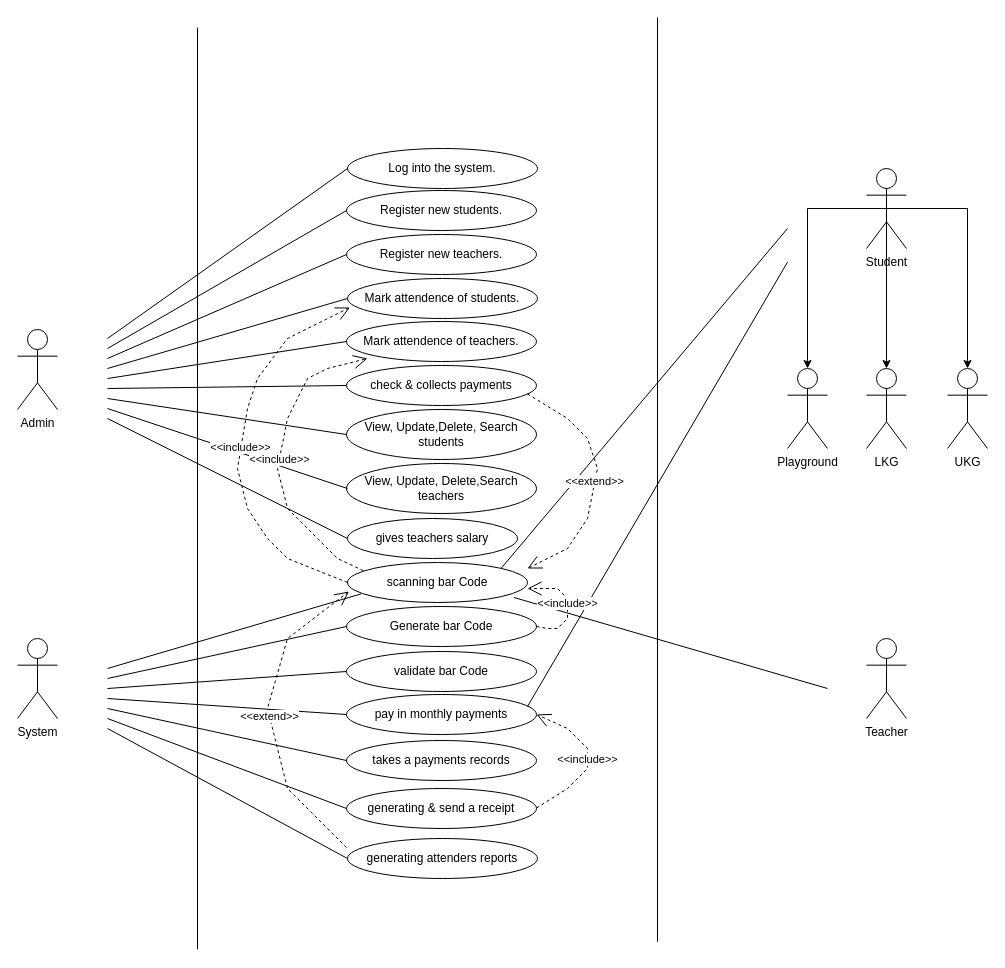
Before: UseCase.drawio in Dulara-Akalanka/Group-Software-Project, a draw.io diagram. Source tidied: cells renumbered, new cells numbered last; positions are measured from the earlier drawing's top-left corner, leaving out a move shared by most shapes. Both pictures are drawn from the tidied source at 100%, with x=0, y=0 at pixel (17, 17).
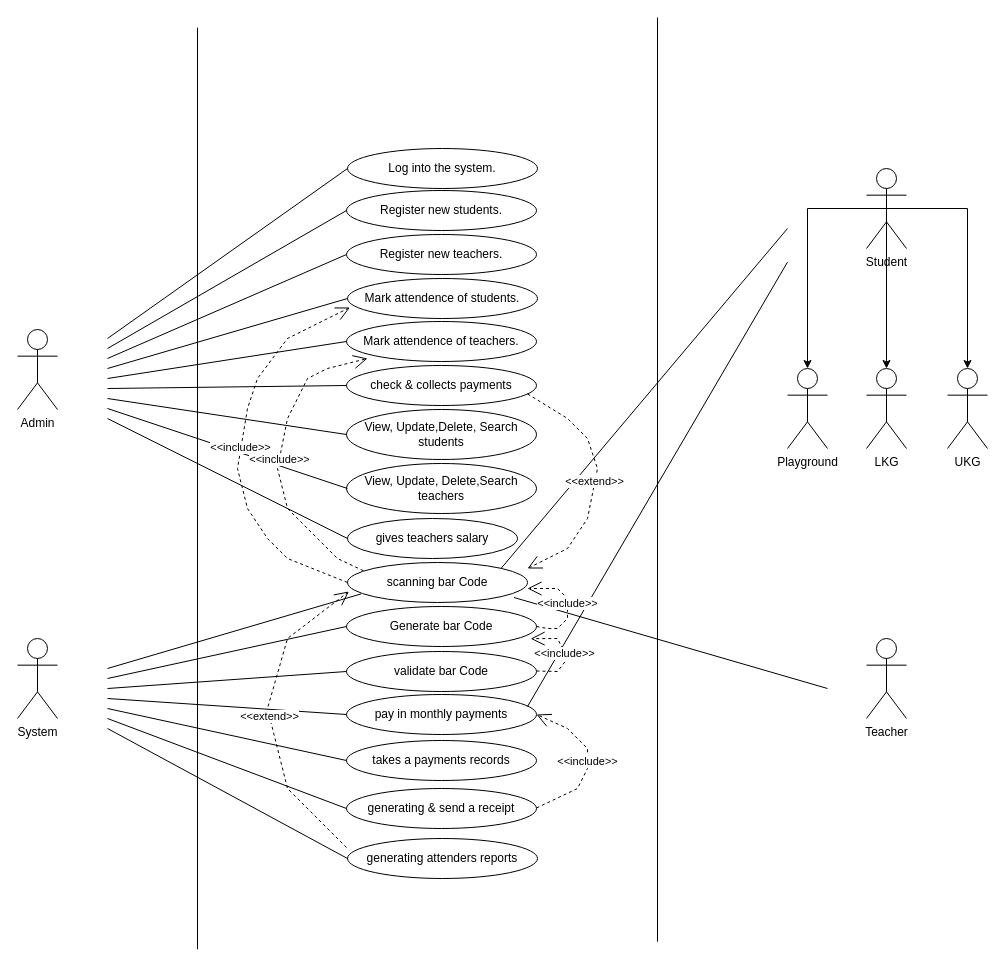
Above is the later version.

Unchanged cells that the change refers to:
```xml
<mxCell id="6" value="Generate bar Code" style="ellipse;whiteSpace=wrap;html=1;" parent="1" vertex="1">
  <mxGeometry x="329" y="589" width="190" height="40" as="geometry" />
</mxCell>
<mxCell id="9" value="pay in monthly payments" style="ellipse;whiteSpace=wrap;html=1;" parent="1" vertex="1">
  <mxGeometry x="329" y="677" width="190" height="40" as="geometry" />
</mxCell>
```

The edit, as a diff of the source:
```diff
@@
     <mxCell id="51" value="&amp;lt;&amp;lt;include&amp;gt;&amp;gt;" style="endArrow=open;endSize=12;dashed=1;html=1;rounded=0;entryX=1;entryY=0.5;entryDx=0;entryDy=0;" parent="1" edge="1" target="9">
       <mxGeometry relative="1" as="geometry">
         <mxPoint x="519" y="790.5" as="sourcePoint" />
         <Array as="points">
-          <mxPoint x="550" y="771" />
+          <mxPoint x="560" y="771" />
           <mxPoint x="570" y="751" />
           <mxPoint x="570" y="731" />
           <mxPoint x="560" y="721" />
           <mxPoint x="550" y="711" />
         </Array>
       </mxGeometry>
     </mxCell>
@@
+    <mxCell id="55" value="&amp;lt;&amp;lt;include&amp;gt;&amp;gt;" style="endArrow=open;endSize=12;dashed=1;html=1;rounded=0;entryX=0.969;entryY=0.805;entryDx=0;entryDy=0;entryPerimeter=0;" parent="1" edge="1" target="6">
+      <mxGeometry relative="1" as="geometry">
+        <mxPoint x="519" y="653.5" as="sourcePoint" />
+        <Array as="points">
+          <mxPoint x="540" y="654" />
+          <mxPoint x="550" y="641" />
+          <mxPoint x="540" y="621" />
+        </Array>
+      </mxGeometry>
+    </mxCell>
```
